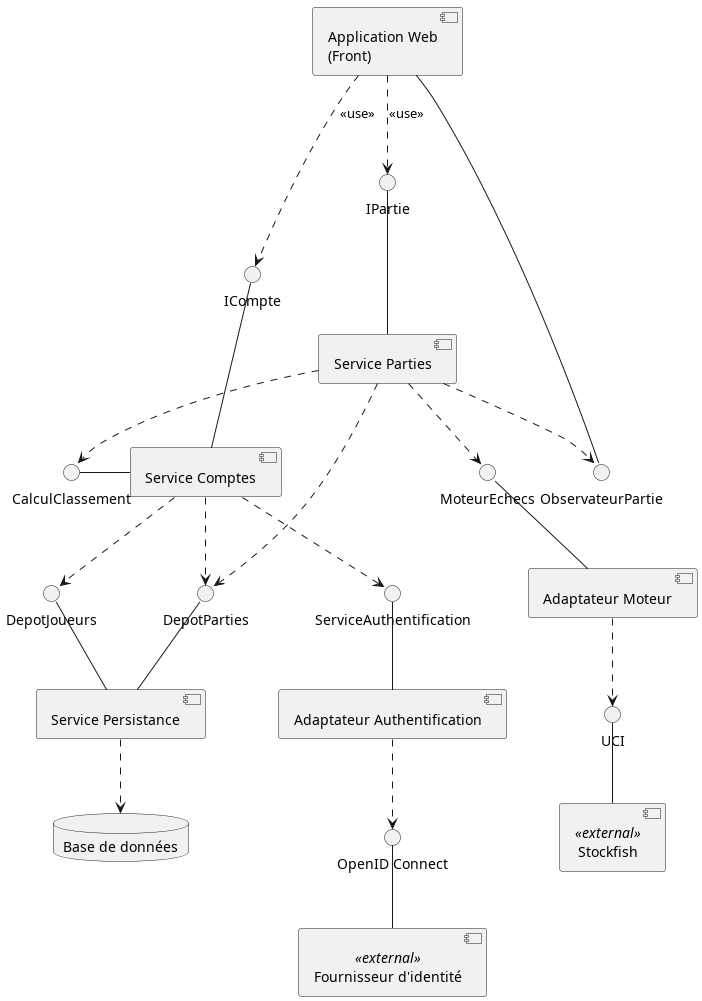
Above: diagrams/composants-architecture.png in kevinBissouth/projet_echecs_tic315 (PlantUML), before the change.
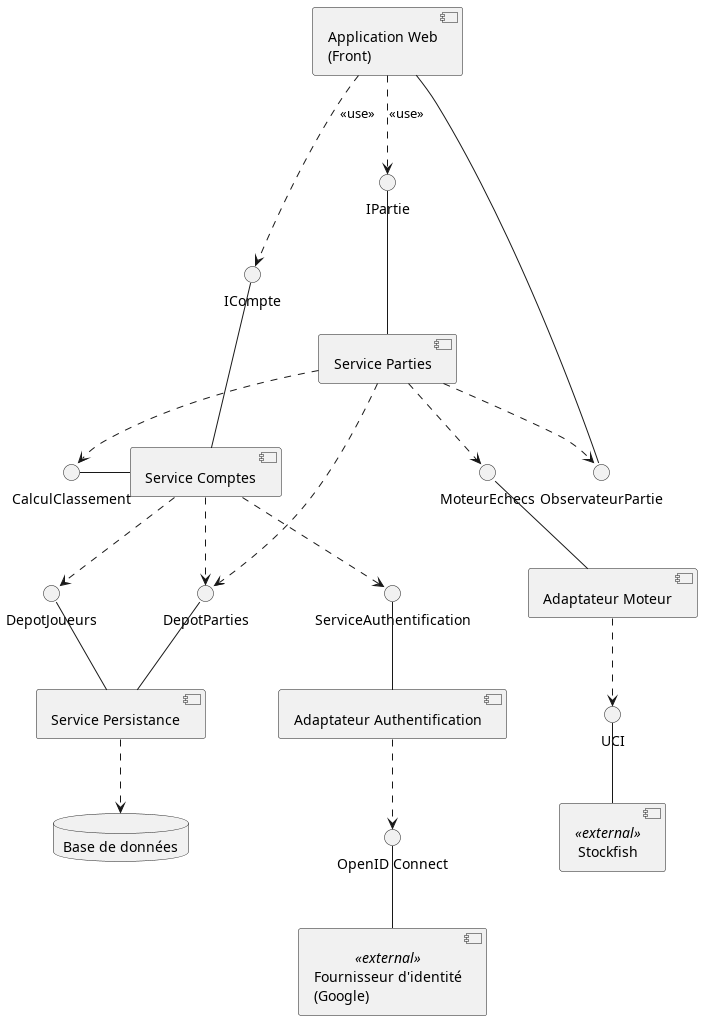
After the change.

Diff of the diagram source:
```diff
@@ -11,7 +11,7 @@
 component "Adaptateur Authentification" as AdaptateurAuthentification
 component "Service Persistance" as Persistance
 component "Stockfish" <<external>> as Stockfish
-component "Fournisseur d'identité" <<external>> as Fournisseur
+component "Fournisseur d'identité\n(Google)" <<external>> as Fournisseur
 database "Base de données" as Base
 
 interface "IPartie" as IPartie
```
